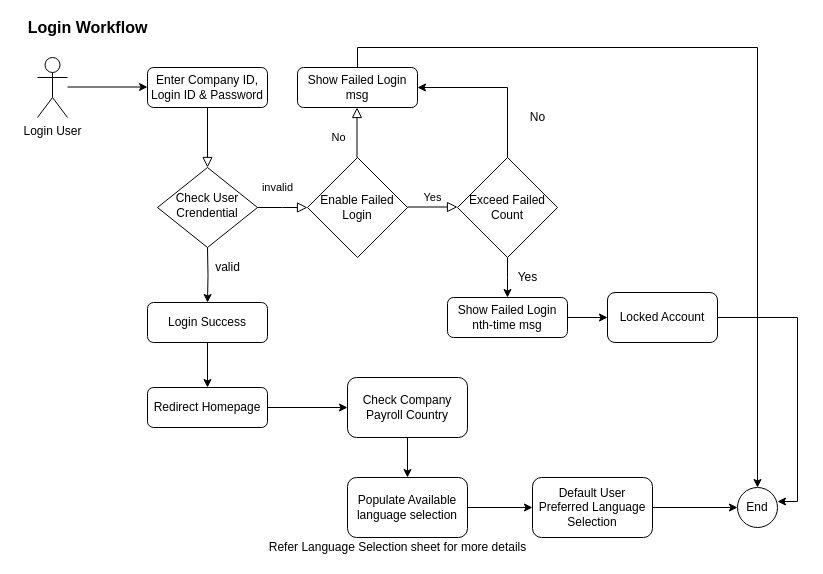
Earlier version of the draw.io diagram page "Login" (1 of 3) of Untitled Diagram.drawio (Harbringer666/Harbringer). Source tidied: cells renumbered, new cells numbered last; positions are measured from the earlier drawing's top-left corner, leaving out a move shared by most shapes. Both pictures are drawn from the tidied source at 100%, with x=0, y=0 at pixel (17, 17).
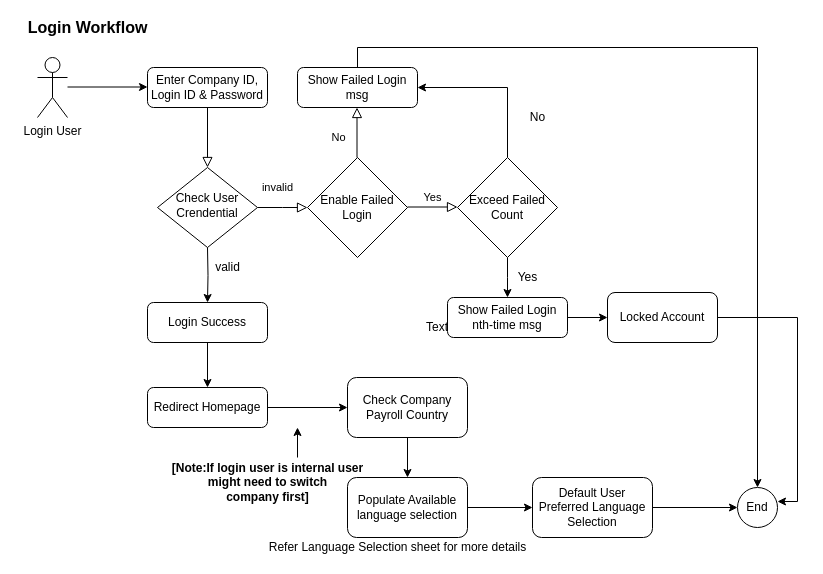
After the change.

Change to the diagram source:
```diff
@@
+    <mxCell id="37" value="Text" style="text;html=1;strokeColor=none;fillColor=none;align=center;verticalAlign=middle;whiteSpace=wrap;rounded=0;" parent="1" vertex="1">
+      <mxGeometry x="400" y="300" width="40" height="20" as="geometry" />
+    </mxCell>
+    <mxCell id="38" value="&lt;b&gt;[Note:If login user is internal user&lt;br&gt;might need to switch&lt;br&gt;company first]&lt;/b&gt;" style="text;html=1;align=center;verticalAlign=middle;" parent="1" vertex="1">
+      <mxGeometry x="145" y="440" width="210" height="50" as="geometry" />
+    </mxCell>
+    <mxCell id="39" style="endArrow=classic;html=1;" parent="1" edge="1">
+      <mxGeometry relative="1" as="geometry">
+        <mxPoint x="280" y="440" as="sourcePoint" />
+        <mxPoint x="280" y="410" as="targetPoint" />
+      </mxGeometry>
+    </mxCell>
```
